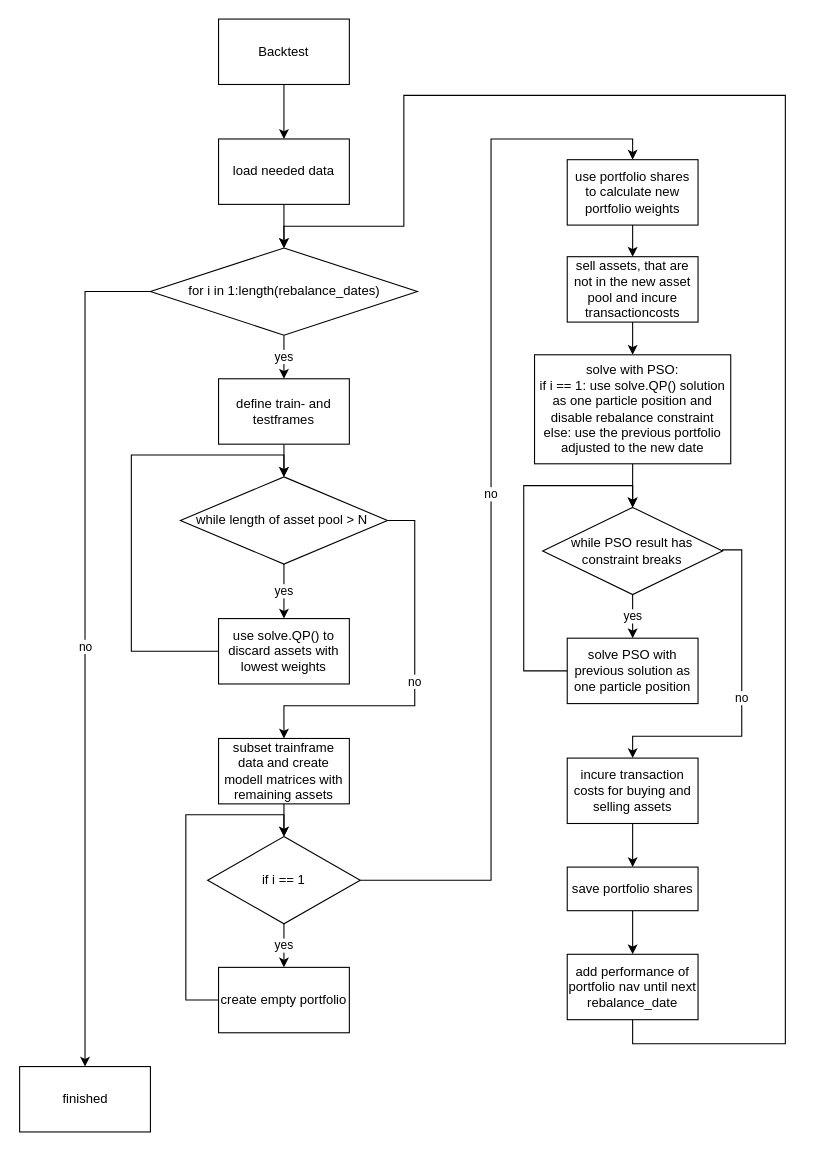
AxelCode-R/Asset-Allocation-using-Particle-Swarm-Optimization-in-R keeps this draw.io diagram as img/Chapter9_PSO_Process2.drawio. Above is the earlier version. Source tidied: cells renumbered, new cells numbered last; positions are measured from the earlier drawing's top-left corner, leaving out a move shared by most shapes. Both pictures are drawn from the tidied source at 109%, with x=0, y=0 at pixel (20, 19).
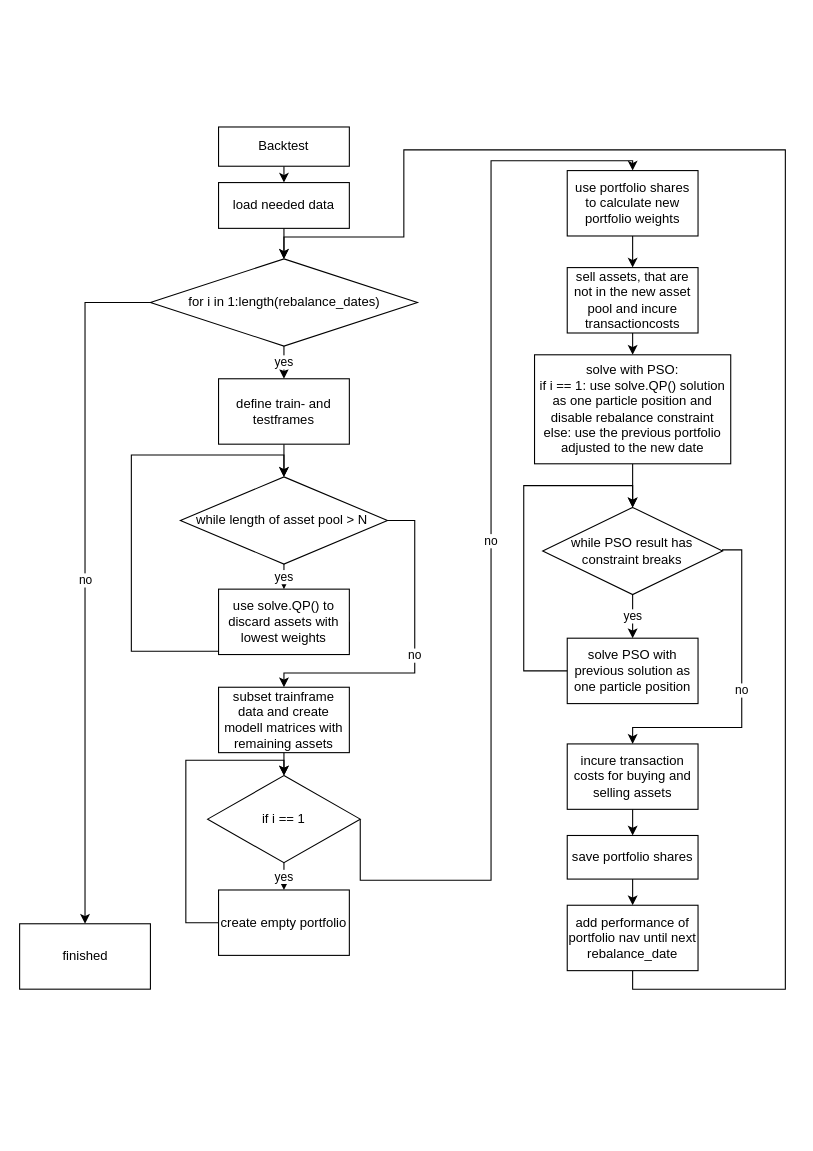
Above is the later version.

Unchanged cells that the change refers to:
```xml
<mxCell id="15" value="while length of asset pool &amp;gt; N&amp;nbsp;" style="rhombus;whiteSpace=wrap;html=1;" parent="1" vertex="1">
  <mxGeometry x="147" y="420" width="190" height="80" as="geometry" />
</mxCell>
<mxCell id="22" value="while PSO result has constraint breaks" style="rhombus;whiteSpace=wrap;html=1;" parent="1" vertex="1">
  <mxGeometry x="479.4" y="448" width="165" height="80" as="geometry" />
</mxCell>
```

The edit, as a diff of the source:
```diff
@@
     <mxCell id="3" value="Backtest" style="whiteSpace=wrap;html=1;" parent="1" vertex="1">
-      <mxGeometry x="182" width="120" height="60" as="geometry" />
+      <mxGeometry x="182" y="99" width="120" height="36" as="geometry" />
     </mxCell>
@@
     <mxCell id="5" value="load needed data" style="whiteSpace=wrap;html=1;" parent="1" vertex="1">
-      <mxGeometry x="182" y="110" width="120" height="60" as="geometry" />
+      <mxGeometry x="182" y="150" width="120" height="42" as="geometry" />
     </mxCell>
@@
     <mxCell id="8" value="&lt;span&gt;for i in 1:length(rebalance_dates)&lt;/span&gt;" style="rhombus;whiteSpace=wrap;html=1;" parent="1" vertex="1">
-      <mxGeometry x="119.5" y="210" width="245" height="80" as="geometry" />
+      <mxGeometry x="119.5" y="220" width="245" height="80" as="geometry" />
     </mxCell>
@@
     <mxCell id="12" value="subset trainframe data and create modell matrices with remaining assets" style="whiteSpace=wrap;html=1;" parent="1" vertex="1">
-      <mxGeometry x="182" y="660" width="120" height="60" as="geometry" />
+      <mxGeometry x="182" y="613" width="120" height="60" as="geometry" />
     </mxCell>
@@
     <mxCell id="14" value="no" style="edgeStyle=orthogonalEdgeStyle;rounded=0;jettySize=auto;html=1;exitX=1;exitY=0.5;exitDx=0;exitDy=0;entryX=0.5;entryY=0;entryDx=0;entryDy=0;" parent="1" edge="1" source="15" target="12">
       <mxGeometry relative="1" as="geometry">
         <Array as="points">
           <mxPoint x="362" y="460" />
-          <mxPoint x="362" y="630" />
-          <mxPoint x="242" y="630" />
+          <mxPoint x="362" y="600" />
+          <mxPoint x="242" y="600" />
         </Array>
       </mxGeometry>
     </mxCell>
@@
     <mxCell id="17" value="use solve.QP() to discard assets with lowest weights" style="whiteSpace=wrap;html=1;" parent="1" vertex="1">
-      <mxGeometry x="182" y="550" width="120" height="60" as="geometry" />
+      <mxGeometry x="182" y="523" width="120" height="60" as="geometry" />
     </mxCell>
@@
     <mxCell id="19" value="sell assets, that are not in the new asset pool and incure transactioncosts" style="whiteSpace=wrap;html=1;" parent="1" vertex="1">
-      <mxGeometry x="501.9" y="218" width="120" height="60" as="geometry" />
+      <mxGeometry x="501.9" y="228" width="120" height="60" as="geometry" />
     </mxCell>
@@
     <mxCell id="21" value="no" style="edgeStyle=orthogonalEdgeStyle;rounded=0;jettySize=auto;html=1;exitX=1;exitY=0.5;exitDx=0;exitDy=0;entryX=0.5;entryY=0;entryDx=0;entryDy=0;" parent="1" edge="1" source="22" target="28">
       <mxGeometry relative="1" as="geometry">
         <Array as="points">
-          <mxPoint x="644" y="487" />
           <mxPoint x="662" y="487" />
-          <mxPoint x="662" y="658" />
-          <mxPoint x="562" y="658" />
+          <mxPoint x="662" y="650" />
+          <mxPoint x="562" y="650" />
         </Array>
       </mxGeometry>
     </mxCell>
@@
     <mxCell id="28" value="incure transaction costs for buying and selling assets" style="whiteSpace=wrap;html=1;" parent="1" vertex="1">
-      <mxGeometry x="501.9" y="678" width="120" height="60" as="geometry" />
+      <mxGeometry x="501.9" y="665" width="120" height="60" as="geometry" />
     </mxCell>
@@
     <mxCell id="30" value="save portfolio shares" style="whiteSpace=wrap;html=1;" parent="1" vertex="1">
-      <mxGeometry x="501.9" y="778" width="120" height="40" as="geometry" />
+      <mxGeometry x="501.9" y="749" width="120" height="40" as="geometry" />
     </mxCell>
     <mxCell id="31" style="edgeStyle=orthogonalEdgeStyle;rounded=0;jettySize=auto;html=1;exitX=0.5;exitY=1;exitDx=0;exitDy=0;entryX=0.5;entryY=0;entryDx=0;entryDy=0;" parent="1" edge="1" source="32" target="8">
       <mxGeometry relative="1" as="geometry">
         <Array as="points">
-          <mxPoint x="562" y="940" />
-          <mxPoint x="702" y="940" />
-          <mxPoint x="702" y="70" />
-          <mxPoint x="352" y="70" />
-          <mxPoint x="352" y="190" />
-          <mxPoint x="242" y="190" />
+          <mxPoint x="562" y="890" />
+          <mxPoint x="702" y="890" />
+          <mxPoint x="702" y="120" />
+          <mxPoint x="352" y="120" />
+          <mxPoint x="352" y="200" />
+          <mxPoint x="242" y="200" />
         </Array>
       </mxGeometry>
     </mxCell>
     <mxCell id="32" value="add performance of portfolio nav until next rebalance_date" style="whiteSpace=wrap;html=1;" parent="1" vertex="1">
-      <mxGeometry x="501.9" y="858" width="120" height="60" as="geometry" />
+      <mxGeometry x="501.9" y="813" width="120" height="60" as="geometry" />
     </mxCell>
@@
     <mxCell id="34" value="no" style="edgeStyle=orthogonalEdgeStyle;rounded=0;jettySize=auto;html=1;exitX=1;exitY=0.5;exitDx=0;exitDy=0;entryX=0.5;entryY=0;entryDx=0;entryDy=0;" parent="1" edge="1" source="35" target="39">
       <mxGeometry relative="1" as="geometry">
         <Array as="points">
+          <mxPoint x="312" y="790" />
           <mxPoint x="432" y="790" />
-          <mxPoint x="432" y="110" />
-          <mxPoint x="562" y="110" />
+          <mxPoint x="432" y="130" />
+          <mxPoint x="562" y="130" />
         </Array>
       </mxGeometry>
     </mxCell>
     <mxCell id="35" value="if i == 1" style="rhombus;whiteSpace=wrap;html=1;" parent="1" vertex="1">
-      <mxGeometry x="172" y="750" width="140" height="80" as="geometry" />
+      <mxGeometry x="172" y="694" width="140" height="80" as="geometry" />
     </mxCell>
-    <mxCell id="36" style="edgeStyle=orthogonalEdgeStyle;rounded=0;jettySize=auto;html=1;exitX=1;exitY=0.5;exitDx=0;exitDy=0;" parent="1" edge="1" source="37">
+    <mxCell id="36" style="edgeStyle=orthogonalEdgeStyle;rounded=0;jettySize=auto;html=1;exitX=1;exitY=0.5;exitDx=0;exitDy=0;entryX=0.5;entryY=0;entryDx=0;entryDy=0;" parent="1" edge="1" source="37" target="35">
       <mxGeometry relative="1" as="geometry">
-        <mxPoint x="242" y="750" as="targetPoint" />
         <Array as="points">
-          <mxPoint x="152" y="900" />
-          <mxPoint x="152" y="730" />
-          <mxPoint x="242" y="730" />
+          <mxPoint x="152" y="829" />
+          <mxPoint x="152" y="680" />
+          <mxPoint x="242" y="680" />
         </Array>
       </mxGeometry>
     </mxCell>
     <mxCell id="37" value="create empty portfolio" style="whiteSpace=wrap;html=1;" parent="1" vertex="1">
-      <mxGeometry x="182" y="870" width="120" height="60" as="geometry" />
+      <mxGeometry x="182" y="799" width="120" height="60" as="geometry" />
     </mxCell>
@@
     <mxCell id="39" value="use portfolio shares to calculate new portfolio weights" style="whiteSpace=wrap;html=1;" parent="1" vertex="1">
-      <mxGeometry x="501.9" y="129" width="120" height="60" as="geometry" />
+      <mxGeometry x="501.9" y="139" width="120" height="60" as="geometry" />
     </mxCell>
     <mxCell id="40" value="finished" style="whiteSpace=wrap;html=1;" parent="1" vertex="1">
-      <mxGeometry x="-0.5" y="961" width="120" height="60" as="geometry" />
+      <mxGeometry x="-0.5" y="830" width="120" height="60" as="geometry" />
     </mxCell>
```
